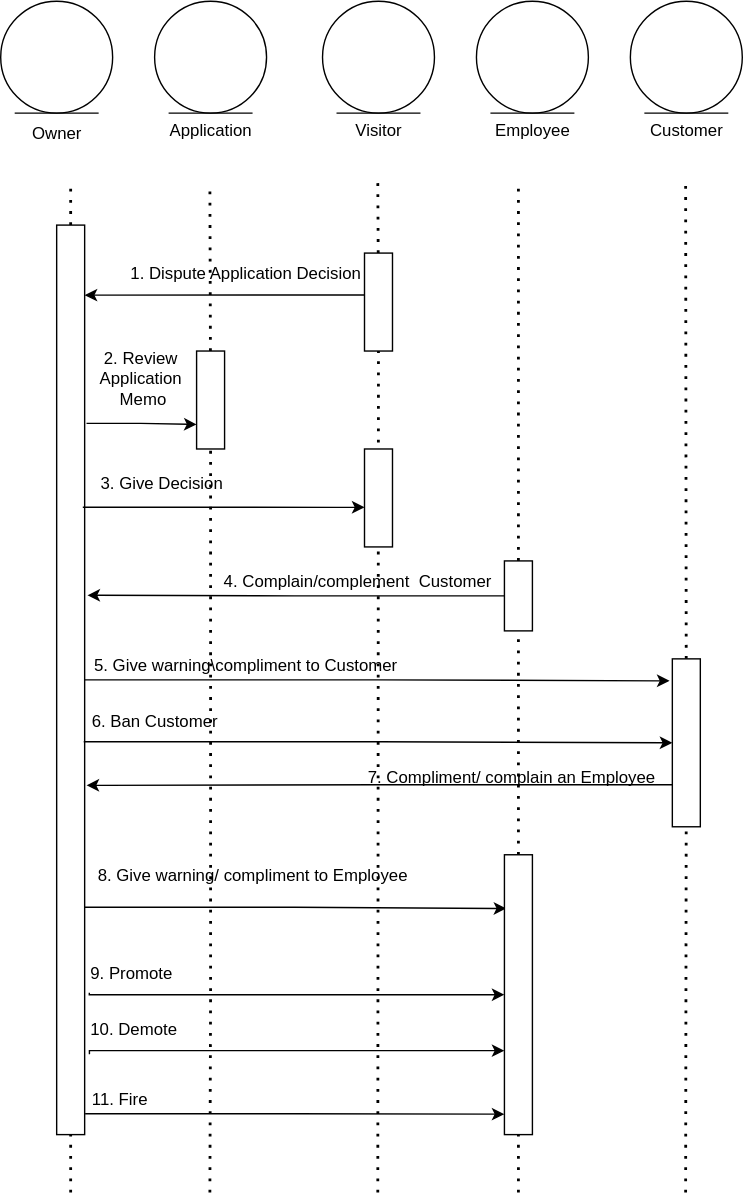
This is Diagrams/Report-2/SVG/owner-seq.drawio.svg from lyloster/csc322-webstore, a draw.io export, as it was before one commit. Source tidied: cells renumbered, new cells last; positions are measured from the earlier drawing's top-left corner, leaving out a move shared by most shapes. Source of this version:
```xml
<mxGraphModel>
  <root>
    <mxCell id="0" />
    <mxCell id="1" parent="0" />
    <mxCell id="2" style="ellipse;shape=umlEntity;whiteSpace=wrap;html=1;" parent="1" vertex="1">
      <mxGeometry width="80" height="80" as="geometry" />
    </mxCell>
    <mxCell id="3" style="ellipse;shape=umlEntity;whiteSpace=wrap;html=1;" parent="1" vertex="1">
      <mxGeometry x="110" width="80" height="80" as="geometry" />
    </mxCell>
    <mxCell id="4" style="ellipse;shape=umlEntity;whiteSpace=wrap;html=1;" parent="1" vertex="1">
      <mxGeometry x="230" width="80" height="80" as="geometry" />
    </mxCell>
    <mxCell id="5" style="ellipse;shape=umlEntity;whiteSpace=wrap;html=1;" parent="1" vertex="1">
      <mxGeometry x="340" width="80" height="80" as="geometry" />
    </mxCell>
    <mxCell id="6" style="ellipse;shape=umlEntity;whiteSpace=wrap;html=1;" parent="1" vertex="1">
      <mxGeometry x="450" width="80" height="80" as="geometry" />
    </mxCell>
    <mxCell id="7" value="Owner" style="text;html=1;align=center;verticalAlign=middle;strokeColor=none;fillColor=none;" parent="1" vertex="1">
      <mxGeometry x="10" y="80" width="60" height="30" as="geometry" />
    </mxCell>
    <mxCell id="8" value="Application" style="text;html=1;align=center;verticalAlign=middle;strokeColor=none;fillColor=none;" parent="1" vertex="1">
      <mxGeometry x="110" y="78" width="80" height="30" as="geometry" />
    </mxCell>
    <mxCell id="9" value="Visitor" style="text;html=1;align=center;verticalAlign=middle;strokeColor=none;fillColor=none;" parent="1" vertex="1">
      <mxGeometry x="240" y="78" width="60" height="30" as="geometry" />
    </mxCell>
    <mxCell id="10" value="Employee" style="text;html=1;align=center;verticalAlign=middle;strokeColor=none;fillColor=none;" parent="1" vertex="1">
      <mxGeometry x="340" y="78" width="80" height="30" as="geometry" />
    </mxCell>
    <mxCell id="11" value="Customer" style="text;html=1;align=center;verticalAlign=middle;strokeColor=none;fillColor=none;" parent="1" vertex="1">
      <mxGeometry x="450" y="78" width="80" height="30" as="geometry" />
    </mxCell>
    <mxCell id="12" style="endArrow=none;dashed=1;html=1;dashPattern=1 3;strokeWidth=2;rounded=0;" parent="1" edge="1" source="20">
      <mxGeometry relative="1" as="geometry">
        <mxPoint x="50" y="130" as="targetPoint" />
      </mxGeometry>
    </mxCell>
    <mxCell id="13" style="endArrow=none;dashed=1;html=1;dashPattern=1 3;strokeWidth=2;rounded=0;" parent="1" edge="1" source="29">
      <mxGeometry relative="1" as="geometry">
        <mxPoint x="149.5" y="130" as="targetPoint" />
      </mxGeometry>
    </mxCell>
    <mxCell id="14" style="endArrow=none;dashed=1;html=1;dashPattern=1 3;strokeWidth=2;rounded=0;" parent="1" edge="1" source="23">
      <mxGeometry relative="1" as="geometry">
        <mxPoint x="269.5" y="130" as="targetPoint" />
      </mxGeometry>
    </mxCell>
    <mxCell id="15" style="endArrow=none;dashed=1;html=1;dashPattern=1 3;strokeWidth=2;rounded=0;" parent="1" edge="1" source="34">
      <mxGeometry relative="1" as="geometry">
        <mxPoint x="370" y="130" as="targetPoint" />
      </mxGeometry>
    </mxCell>
    <mxCell id="16" style="endArrow=none;dashed=1;html=1;dashPattern=1 3;strokeWidth=2;rounded=0;" parent="1" edge="1" source="38">
      <mxGeometry relative="1" as="geometry">
        <mxPoint x="489.5" y="130" as="targetPoint" />
      </mxGeometry>
    </mxCell>
    <mxCell id="17" style="endArrow=none;dashed=1;html=1;dashPattern=1 3;strokeWidth=2;rounded=0;" parent="1" edge="1" target="20">
      <mxGeometry relative="1" as="geometry">
        <mxPoint x="50" y="851.3" as="sourcePoint" />
      </mxGeometry>
    </mxCell>
    <mxCell id="18" style="edgeStyle=orthogonalEdgeStyle;rounded=0;jettySize=auto;html=1;exitX=0.5;exitY=0;exitDx=0;exitDy=0;entryX=0.131;entryY=1.1;entryDx=0;entryDy=0;entryPerimeter=0;" parent="1" edge="1" source="20" target="38">
      <mxGeometry relative="1" as="geometry" />
    </mxCell>
    <mxCell id="19" style="edgeStyle=orthogonalEdgeStyle;rounded=0;jettySize=auto;html=1;exitX=0.75;exitY=0;exitDx=0;exitDy=0;entryX=0.192;entryY=0.933;entryDx=0;entryDy=0;entryPerimeter=0;" parent="1" edge="1" source="20" target="47">
      <mxGeometry relative="1" as="geometry" />
    </mxCell>
    <mxCell id="20" style="rounded=0;whiteSpace=wrap;html=1;direction=south;" parent="1" vertex="1">
      <mxGeometry x="40" y="160" width="20" height="650" as="geometry" />
    </mxCell>
    <mxCell id="21" style="endArrow=none;dashed=1;html=1;dashPattern=1 3;strokeWidth=2;rounded=0;" parent="1" edge="1" target="23">
      <mxGeometry relative="1" as="geometry">
        <mxPoint x="269.5" y="851.3" as="sourcePoint" />
      </mxGeometry>
    </mxCell>
    <mxCell id="22" style="edgeStyle=orthogonalEdgeStyle;rounded=0;jettySize=auto;html=1;entryX=0.077;entryY=0;entryDx=0;entryDy=0;entryPerimeter=0;" parent="1" edge="1" source="23" target="20">
      <mxGeometry relative="1" as="geometry">
        <Array as="points">
          <mxPoint x="200" y="210" />
          <mxPoint x="200" y="210" />
        </Array>
      </mxGeometry>
    </mxCell>
    <mxCell id="23" style="rounded=0;whiteSpace=wrap;html=1;direction=south;" parent="1" vertex="1">
      <mxGeometry x="260" y="180" width="20" height="70" as="geometry" />
    </mxCell>
    <mxCell id="24" value="1. Dispute Application Decision" style="text;html=1;align=center;verticalAlign=middle;strokeColor=none;fillColor=none;" parent="1" vertex="1">
      <mxGeometry x="80" y="180" width="190" height="30" as="geometry" />
    </mxCell>
    <mxCell id="25" value="2. Review&lt;br&gt;Application&lt;br&gt;&amp;nbsp;Memo" style="text;html=1;align=center;verticalAlign=middle;strokeColor=none;fillColor=none;" parent="1" vertex="1">
      <mxGeometry x="60" y="240" width="80" height="60" as="geometry" />
    </mxCell>
    <mxCell id="26" value="3. Give Decision" style="text;html=1;align=center;verticalAlign=middle;points=[];strokeColor=none;fillColor=none;" parent="1" vertex="1">
      <mxGeometry x="60" y="330" width="110" height="30" as="geometry" />
    </mxCell>
    <mxCell id="27" style="endArrow=none;dashed=1;html=1;dashPattern=1 3;strokeWidth=2;rounded=0;" parent="1" edge="1" target="29">
      <mxGeometry relative="1" as="geometry">
        <mxPoint x="149.5" y="851.3" as="sourcePoint" />
        <Array as="points">
          <mxPoint x="150" y="710" />
        </Array>
      </mxGeometry>
    </mxCell>
    <mxCell id="28" style="edgeStyle=orthogonalEdgeStyle;rounded=0;jettySize=auto;html=1;exitX=0.218;exitY=-0.067;exitDx=0;exitDy=0;entryX=0.75;entryY=1;entryDx=0;entryDy=0;exitPerimeter=0;" parent="1" edge="1" source="20" target="29">
      <mxGeometry relative="1" as="geometry" />
    </mxCell>
    <mxCell id="29" style="rounded=0;whiteSpace=wrap;html=1;direction=south;" parent="1" vertex="1">
      <mxGeometry x="140" y="250" width="20" height="70" as="geometry" />
    </mxCell>
    <mxCell id="30" style="edgeStyle=orthogonalEdgeStyle;rounded=0;jettySize=auto;html=1;exitX=-0.012;exitY=1.056;exitDx=0;exitDy=0;exitPerimeter=0;" parent="1" edge="1" source="26" target="31">
      <mxGeometry relative="1" as="geometry">
        <Array as="points">
          <mxPoint x="240" y="362" />
          <mxPoint x="240" y="362" />
        </Array>
      </mxGeometry>
    </mxCell>
    <mxCell id="31" style="rounded=0;whiteSpace=wrap;html=1;direction=south;" parent="1" vertex="1">
      <mxGeometry x="260" y="320" width="20" height="70" as="geometry" />
    </mxCell>
    <mxCell id="32" style="endArrow=none;dashed=1;html=1;dashPattern=1 3;strokeWidth=2;rounded=0;" parent="1" edge="1" source="47" target="34">
      <mxGeometry relative="1" as="geometry" />
    </mxCell>
    <mxCell id="33" style="edgeStyle=orthogonalEdgeStyle;rounded=0;jettySize=auto;html=1;entryX=0.407;entryY=-0.1;entryDx=0;entryDy=0;entryPerimeter=0;" parent="1" edge="1" source="34" target="20">
      <mxGeometry relative="1" as="geometry" />
    </mxCell>
    <mxCell id="34" style="rounded=0;whiteSpace=wrap;html=1;direction=south;" parent="1" vertex="1">
      <mxGeometry x="360" y="400" width="20" height="50" as="geometry" />
    </mxCell>
    <mxCell id="35" style="endArrow=none;dashed=1;html=1;dashPattern=1 3;strokeWidth=2;rounded=0;" parent="1" edge="1" target="38">
      <mxGeometry relative="1" as="geometry">
        <mxPoint x="489.5" y="851.3" as="sourcePoint" />
      </mxGeometry>
    </mxCell>
    <mxCell id="36" style="edgeStyle=orthogonalEdgeStyle;rounded=0;jettySize=auto;html=1;exitX=0.568;exitY=0.033;exitDx=0;exitDy=0;exitPerimeter=0;" parent="1" edge="1" source="20" target="38">
      <mxGeometry relative="1" as="geometry" />
    </mxCell>
    <mxCell id="37" style="edgeStyle=orthogonalEdgeStyle;rounded=0;jettySize=auto;html=1;exitX=0.75;exitY=1;exitDx=0;exitDy=0;entryX=0.616;entryY=-0.067;entryDx=0;entryDy=0;entryPerimeter=0;" parent="1" edge="1" source="38" target="20">
      <mxGeometry relative="1" as="geometry" />
    </mxCell>
    <mxCell id="38" style="rounded=0;whiteSpace=wrap;html=1;direction=south;" parent="1" vertex="1">
      <mxGeometry x="480" y="470" width="20" height="120" as="geometry" />
    </mxCell>
    <mxCell id="39" value="4. Complain/complement&amp;nbsp; Customer&lt;br&gt;" style="text;html=1;align=center;verticalAlign=middle;strokeColor=none;fillColor=none;" parent="1" vertex="1">
      <mxGeometry x="150" y="400" width="210" height="30" as="geometry" />
    </mxCell>
    <mxCell id="40" value="5. Give warning\compliment to Customer" style="text;html=1;align=center;verticalAlign=middle;strokeColor=none;fillColor=none;" parent="1" vertex="1">
      <mxGeometry x="55" y="460" width="240" height="30" as="geometry" />
    </mxCell>
    <mxCell id="41" value="6. Ban Customer" style="text;html=1;align=center;verticalAlign=middle;strokeColor=none;fillColor=none;" parent="1" vertex="1">
      <mxGeometry x="55" y="500" width="110" height="30" as="geometry" />
    </mxCell>
    <mxCell id="42" value="7. Compliment/ complain an Employee" style="text;html=1;align=center;verticalAlign=middle;strokeColor=none;fillColor=none;" parent="1" vertex="1">
      <mxGeometry x="250" y="540" width="230" height="30" as="geometry" />
    </mxCell>
    <mxCell id="43" style="endArrow=none;dashed=1;html=1;dashPattern=1 3;strokeWidth=2;rounded=0;" parent="1" edge="1" target="47">
      <mxGeometry relative="1" as="geometry">
        <mxPoint x="370" y="851.3" as="sourcePoint" />
      </mxGeometry>
    </mxCell>
    <mxCell id="44" style="edgeStyle=orthogonalEdgeStyle;rounded=0;jettySize=auto;html=1;exitX=0.844;exitY=-0.167;exitDx=0;exitDy=0;exitPerimeter=0;" parent="1" edge="1" source="20" target="47">
      <mxGeometry relative="1" as="geometry">
        <Array as="points">
          <mxPoint x="63" y="710" />
        </Array>
      </mxGeometry>
    </mxCell>
    <mxCell id="45" style="edgeStyle=orthogonalEdgeStyle;rounded=0;jettySize=auto;html=1;exitX=0.149;exitY=1.085;exitDx=0;exitDy=0;exitPerimeter=0;" parent="1" edge="1" source="50" target="47">
      <mxGeometry relative="1" as="geometry">
        <Array as="points">
          <mxPoint x="63" y="750" />
        </Array>
      </mxGeometry>
    </mxCell>
    <mxCell id="46" style="edgeStyle=orthogonalEdgeStyle;rounded=0;jettySize=auto;html=1;exitX=0.977;exitY=-0.017;exitDx=0;exitDy=0;entryX=0.927;entryY=1;entryDx=0;entryDy=0;exitPerimeter=0;entryPerimeter=0;" parent="1" edge="1" source="20" target="47">
      <mxGeometry relative="1" as="geometry" />
    </mxCell>
    <mxCell id="47" style="rounded=0;whiteSpace=wrap;html=1;direction=south;" parent="1" vertex="1">
      <mxGeometry x="360" y="610" width="20" height="200" as="geometry" />
    </mxCell>
    <mxCell id="48" value="8. Give warning/ compliment to Employee" style="text;html=1;align=center;verticalAlign=middle;strokeColor=none;fillColor=none;" parent="1" vertex="1">
      <mxGeometry x="60" y="610" width="240" height="30" as="geometry" />
    </mxCell>
    <mxCell id="49" value="9. Promote&amp;nbsp;" style="text;html=1;align=center;verticalAlign=middle;strokeColor=none;fillColor=none;" parent="1" vertex="1">
      <mxGeometry x="50" y="680" width="90" height="30" as="geometry" />
    </mxCell>
    <mxCell id="50" value="10. Demote" style="text;html=1;align=center;verticalAlign=middle;points=[];strokeColor=none;fillColor=none;" parent="1" vertex="1">
      <mxGeometry x="50" y="720" width="90" height="30" as="geometry" />
    </mxCell>
    <mxCell id="51" value="11. Fire" style="text;html=1;align=center;verticalAlign=middle;strokeColor=none;fillColor=none;" parent="1" vertex="1">
      <mxGeometry x="55" y="770" width="60" height="30" as="geometry" />
    </mxCell>
  </root>
</mxGraphModel>
```
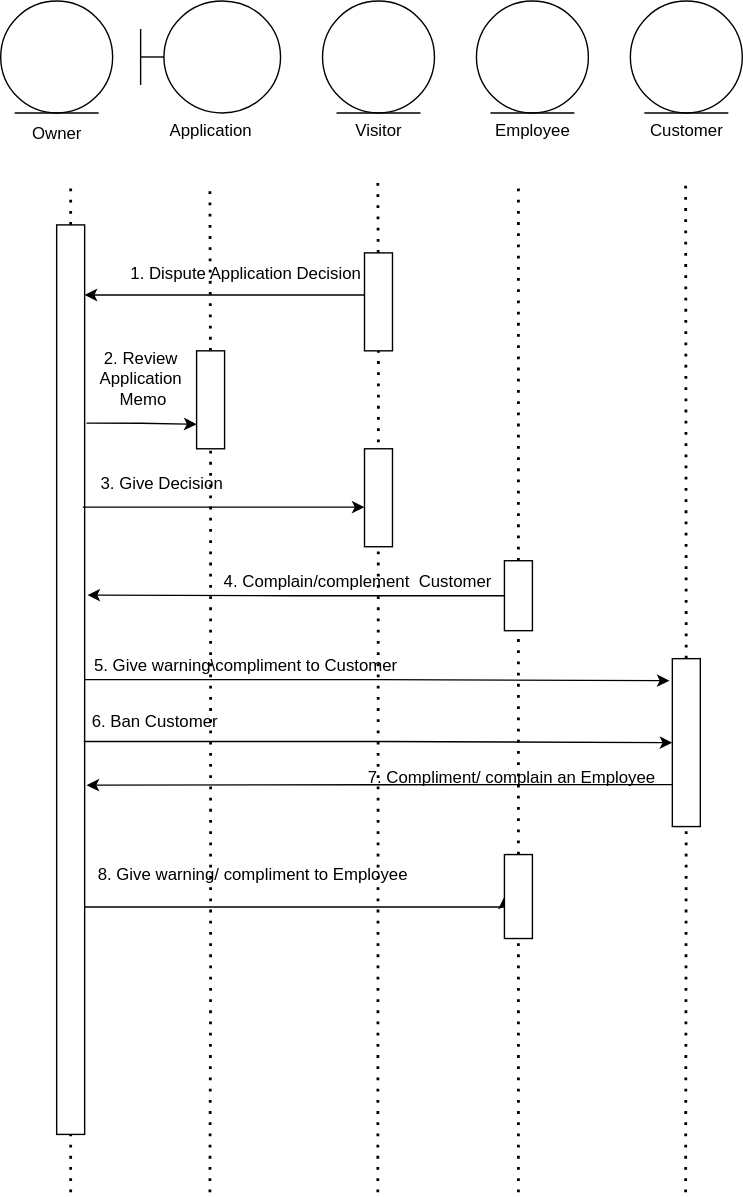
The same file after the commit.

Diff of the diagram source:
```diff
@@ -5,9 +5,6 @@
     <mxCell id="2" style="ellipse;shape=umlEntity;whiteSpace=wrap;html=1;" parent="1" vertex="1">
       <mxGeometry width="80" height="80" as="geometry" />
     </mxCell>
-    <mxCell id="3" style="ellipse;shape=umlEntity;whiteSpace=wrap;html=1;" parent="1" vertex="1">
-      <mxGeometry x="110" width="80" height="80" as="geometry" />
-    </mxCell>
     <mxCell id="4" style="ellipse;shape=umlEntity;whiteSpace=wrap;html=1;" parent="1" vertex="1">
       <mxGeometry x="230" width="80" height="80" as="geometry" />
     </mxCell>
@@ -65,8 +62,12 @@
     <mxCell id="18" style="edgeStyle=orthogonalEdgeStyle;rounded=0;jettySize=auto;html=1;exitX=0.5;exitY=0;exitDx=0;exitDy=0;entryX=0.131;entryY=1.1;entryDx=0;entryDy=0;entryPerimeter=0;" parent="1" edge="1" source="20" target="38">
       <mxGeometry relative="1" as="geometry" />
     </mxCell>
-    <mxCell id="19" style="edgeStyle=orthogonalEdgeStyle;rounded=0;jettySize=auto;html=1;exitX=0.75;exitY=0;exitDx=0;exitDy=0;entryX=0.192;entryY=0.933;entryDx=0;entryDy=0;entryPerimeter=0;" parent="1" edge="1" source="20" target="47">
-      <mxGeometry relative="1" as="geometry" />
+    <mxCell id="19" style="edgeStyle=orthogonalEdgeStyle;rounded=0;jettySize=auto;html=1;exitX=0.75;exitY=0;exitDx=0;exitDy=0;entryX=0.5;entryY=1;entryDx=0;entryDy=0;" parent="1" edge="1" source="20" target="47">
+      <mxGeometry relative="1" as="geometry">
+        <Array as="points">
+          <mxPoint x="360" y="647" />
+        </Array>
+      </mxGeometry>
     </mxCell>
     <mxCell id="20" style="rounded=0;whiteSpace=wrap;html=1;direction=south;" parent="1" vertex="1">
       <mxGeometry x="40" y="160" width="20" height="650" as="geometry" />
@@ -161,37 +162,14 @@
         <mxPoint x="370" y="851.3" as="sourcePoint" />
       </mxGeometry>
     </mxCell>
-    <mxCell id="44" style="edgeStyle=orthogonalEdgeStyle;rounded=0;jettySize=auto;html=1;exitX=0.844;exitY=-0.167;exitDx=0;exitDy=0;exitPerimeter=0;" parent="1" edge="1" source="20" target="47">
-      <mxGeometry relative="1" as="geometry">
-        <Array as="points">
-          <mxPoint x="63" y="710" />
-        </Array>
-      </mxGeometry>
-    </mxCell>
-    <mxCell id="45" style="edgeStyle=orthogonalEdgeStyle;rounded=0;jettySize=auto;html=1;exitX=0.149;exitY=1.085;exitDx=0;exitDy=0;exitPerimeter=0;" parent="1" edge="1" source="50" target="47">
-      <mxGeometry relative="1" as="geometry">
-        <Array as="points">
-          <mxPoint x="63" y="750" />
-        </Array>
-      </mxGeometry>
-    </mxCell>
-    <mxCell id="46" style="edgeStyle=orthogonalEdgeStyle;rounded=0;jettySize=auto;html=1;exitX=0.977;exitY=-0.017;exitDx=0;exitDy=0;entryX=0.927;entryY=1;entryDx=0;entryDy=0;exitPerimeter=0;entryPerimeter=0;" parent="1" edge="1" source="20" target="47">
-      <mxGeometry relative="1" as="geometry" />
-    </mxCell>
     <mxCell id="47" style="rounded=0;whiteSpace=wrap;html=1;direction=south;" parent="1" vertex="1">
-      <mxGeometry x="360" y="610" width="20" height="200" as="geometry" />
+      <mxGeometry x="360" y="610" width="20" height="60" as="geometry" />
     </mxCell>
     <mxCell id="48" value="8. Give warning/ compliment to Employee" style="text;html=1;align=center;verticalAlign=middle;strokeColor=none;fillColor=none;" parent="1" vertex="1">
       <mxGeometry x="60" y="610" width="240" height="30" as="geometry" />
     </mxCell>
-    <mxCell id="49" value="9. Promote&amp;nbsp;" style="text;html=1;align=center;verticalAlign=middle;strokeColor=none;fillColor=none;" parent="1" vertex="1">
-      <mxGeometry x="50" y="680" width="90" height="30" as="geometry" />
-    </mxCell>
-    <mxCell id="50" value="10. Demote" style="text;html=1;align=center;verticalAlign=middle;points=[];strokeColor=none;fillColor=none;" parent="1" vertex="1">
-      <mxGeometry x="50" y="720" width="90" height="30" as="geometry" />
-    </mxCell>
-    <mxCell id="51" value="11. Fire" style="text;html=1;align=center;verticalAlign=middle;strokeColor=none;fillColor=none;" parent="1" vertex="1">
-      <mxGeometry x="55" y="770" width="60" height="30" as="geometry" />
-    </mxCell>
+    <mxCell id="52" style="shape=umlBoundary;whiteSpace=wrap;html=1;" parent="1" vertex="1">
+      <mxGeometry x="100" width="100" height="80" as="geometry" />
+    </mxCell>
   </root>
 </mxGraphModel>
```
